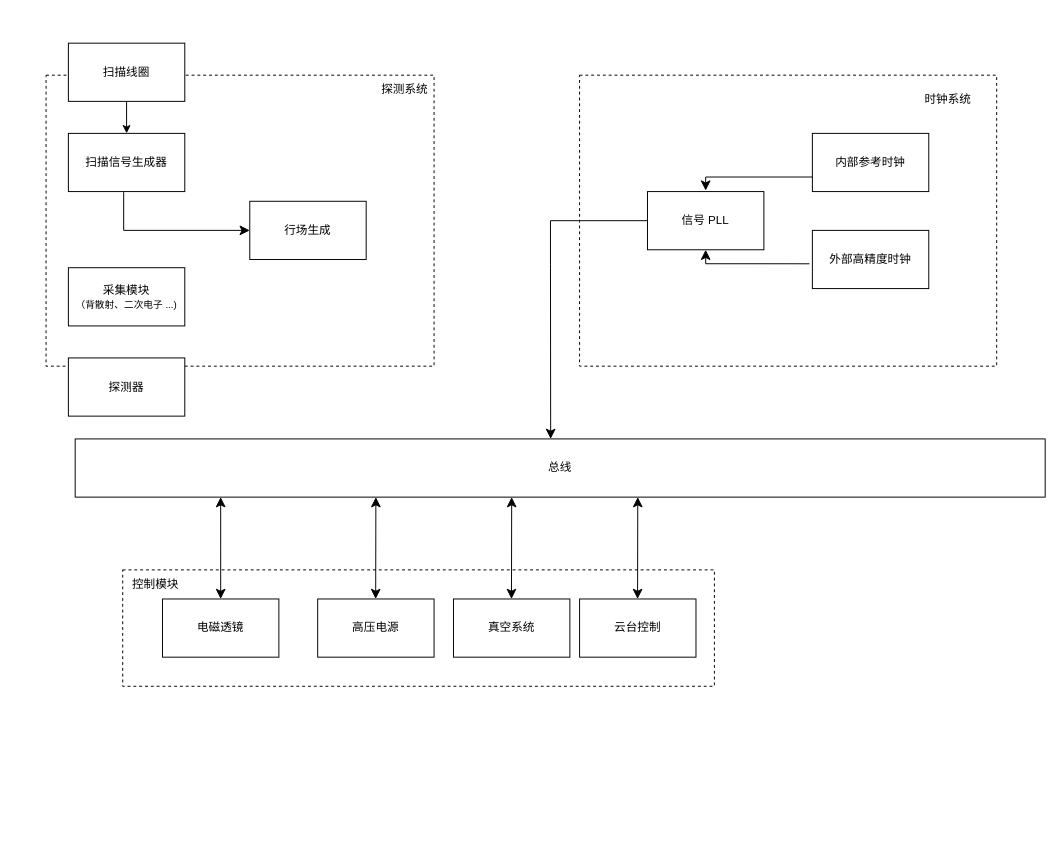
The draw.io diagram 系统结构图.drawio in SolarAA-11/drawio, before the edit. Source tidied: cells renumbered, new cells numbered last; positions are measured from the earlier drawing's top-left corner, leaving out a move shared by most shapes. Both pictures are drawn from the tidied source at 97%, with x=0, y=0 at pixel (46, 43).
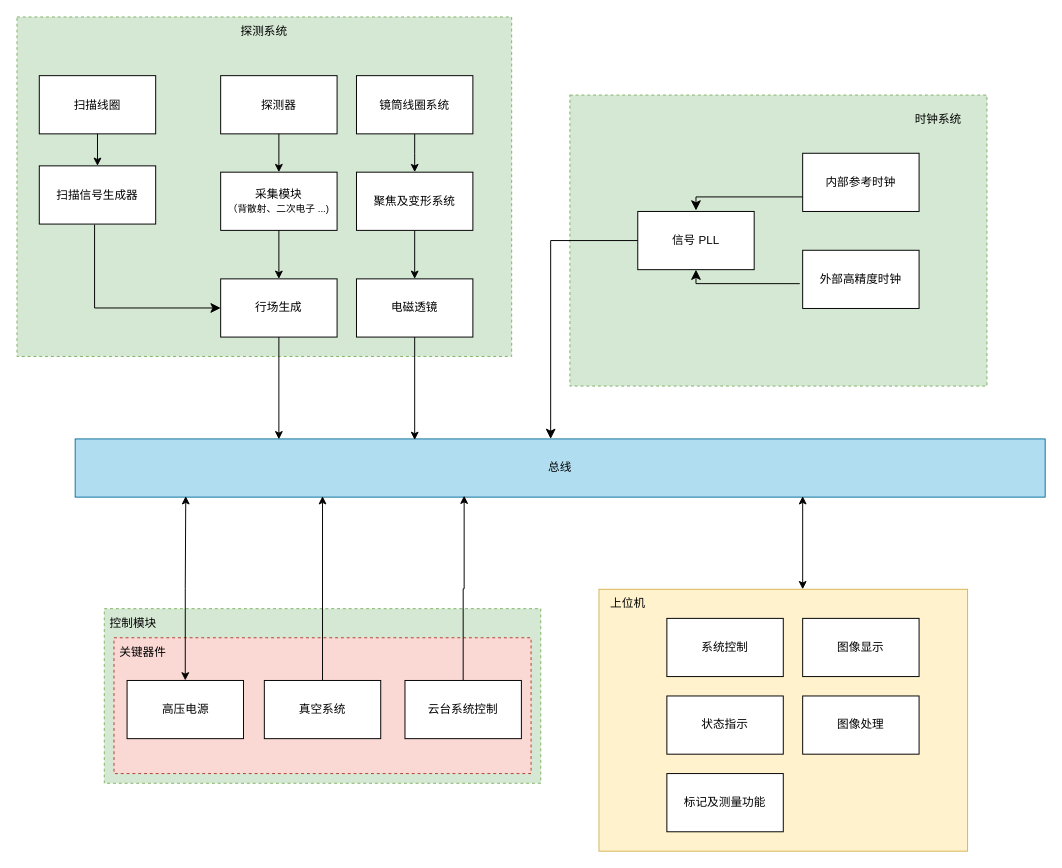
Above is the later version.

Commit message (it also covers changes not shown here):
系统结构图.drawio

The edit, as a diff of the source:
```diff
@@
+    <mxCell id="3" style="rounded=0;whiteSpace=wrap;html=1;dashed=1;fillColor=#d5e8d4;strokeColor=#82b366;" parent="1" vertex="1">
+      <mxGeometry x="60" y="583" width="450" height="180" as="geometry" />
+    </mxCell>
+    <mxCell id="30" style="rounded=0;whiteSpace=wrap;html=1;fillColor=#fad9d5;strokeColor=#ae4132;dashed=1;" parent="1" vertex="1">
+      <mxGeometry x="70" y="613" width="430" height="140" as="geometry" />
+    </mxCell>
-    <mxCell id="2" style="rounded=0;whiteSpace=wrap;html=1;fillColor=none;dashed=1;" parent="1" vertex="1">
-      <mxGeometry y="33" width="400" height="300" as="geometry" />
+    <mxCell id="2" style="rounded=0;whiteSpace=wrap;html=1;fillColor=#d5e8d4;dashed=1;strokeColor=#82b366;" parent="1" vertex="1">
+      <mxGeometry x="-30" y="-27" width="510" height="350" as="geometry" />
     </mxCell>
-    <mxCell id="3" style="rounded=0;whiteSpace=wrap;html=1;dashed=1;fillColor=none;" parent="1" vertex="1">
-      <mxGeometry x="79" y="543" width="610" height="120" as="geometry" />
-    </mxCell>
-    <mxCell id="4" style="rounded=0;whiteSpace=wrap;html=1;fillColor=none;dashed=1;" parent="1" vertex="1">
-      <mxGeometry x="550" y="33" width="430" height="300" as="geometry" />
+    <mxCell id="4" style="rounded=0;whiteSpace=wrap;html=1;fillColor=#d5e8d4;dashed=1;strokeColor=#82b366;" parent="1" vertex="1">
+      <mxGeometry x="540" y="53.5" width="430" height="300" as="geometry" />
     </mxCell>
-    <mxCell id="5" value="总线" style="rounded=0;whiteSpace=wrap;html=1;" parent="1" vertex="1">
+    <mxCell id="5" value="总线" style="rounded=0;whiteSpace=wrap;html=1;fillColor=#b1ddf0;strokeColor=#10739e;" parent="1" vertex="1">
       <mxGeometry x="30" y="408" width="1000" height="60" as="geometry" />
     </mxCell>
     <mxCell id="6" value="电磁透镜" style="rounded=0;whiteSpace=wrap;html=1;" parent="1" vertex="1">
-      <mxGeometry x="120" y="573" width="120" height="60" as="geometry" />
+      <mxGeometry x="320" y="243" width="120" height="60" as="geometry" />
     </mxCell>
     <mxCell id="7" value="高压电源" style="rounded=0;whiteSpace=wrap;html=1;" parent="1" vertex="1">
-      <mxGeometry x="280" y="573" width="120" height="60" as="geometry" />
+      <mxGeometry x="83.5" y="657" width="120" height="60" as="geometry" />
     </mxCell>
     <mxCell id="8" value="真空系统" style="rounded=0;whiteSpace=wrap;html=1;" parent="1" vertex="1">
-      <mxGeometry x="420" y="573" width="120" height="60" as="geometry" />
+      <mxGeometry x="225" y="657" width="120" height="60" as="geometry" />
     </mxCell>
-    <mxCell id="9" value="云台控制" style="rounded=0;whiteSpace=wrap;html=1;" parent="1" vertex="1">
-      <mxGeometry x="550" y="573" width="120" height="60" as="geometry" />
+    <mxCell id="9" value="云台系统控制" style="rounded=0;whiteSpace=wrap;html=1;" parent="1" vertex="1">
+      <mxGeometry x="370" y="657" width="120" height="60" as="geometry" />
     </mxCell>
     <mxCell id="10" value="控制模块" style="text;html=1;strokeColor=none;fillColor=none;align=center;verticalAlign=middle;whiteSpace=wrap;rounded=0;" parent="1" vertex="1">
-      <mxGeometry x="83" y="543" width="60" height="30" as="geometry" />
+      <mxGeometry x="60" y="583" width="60" height="30" as="geometry" />
     </mxCell>
-    <mxCell id="11" style="edgeStyle=elbowEdgeStyle;elbow=horizontal;endArrow=classic;html=1;curved=0;rounded=0;endSize=8;startSize=8;startArrow=classic;startFill=1;" parent="1" edge="1" target="5">
-      <mxGeometry relative="1" as="geometry">
-        <mxPoint x="180" y="573" as="sourcePoint" />
-      </mxGeometry>
-    </mxCell>
-    <mxCell id="12" style="edgeStyle=elbowEdgeStyle;elbow=horizontal;endArrow=classic;html=1;curved=0;rounded=0;endSize=8;startSize=8;startArrow=classic;startFill=1;" parent="1" edge="1">
-      <mxGeometry relative="1" as="geometry">
-        <mxPoint x="339.8" y="573" as="sourcePoint" />
-        <mxPoint x="339.8" y="468" as="targetPoint" />
-      </mxGeometry>
-    </mxCell>
-    <mxCell id="13" style="edgeStyle=elbowEdgeStyle;elbow=horizontal;endArrow=classic;html=1;curved=0;rounded=0;endSize=8;startSize=8;startArrow=classic;startFill=1;" parent="1" edge="1">
-      <mxGeometry relative="1" as="geometry">
-        <mxPoint x="479.8" y="573" as="sourcePoint" />
-        <mxPoint x="479.8" y="468" as="targetPoint" />
-      </mxGeometry>
-    </mxCell>
-    <mxCell id="14" style="edgeStyle=elbowEdgeStyle;elbow=horizontal;endArrow=classic;html=1;curved=0;rounded=0;endSize=8;startSize=8;startArrow=classic;startFill=1;" parent="1" edge="1">
-      <mxGeometry relative="1" as="geometry">
-        <mxPoint x="609.8" y="573" as="sourcePoint" />
-        <mxPoint x="609.8" y="468" as="targetPoint" />
-      </mxGeometry>
-    </mxCell>
     <mxCell id="15" value="扫描线圈" style="rounded=0;whiteSpace=wrap;html=1;" parent="1" vertex="1">
-      <mxGeometry x="23" width="120" height="60" as="geometry" />
+      <mxGeometry x="-7" y="33.5" width="120" height="60" as="geometry" />
     </mxCell>
     <mxCell id="16" value="信号 PLL" style="rounded=0;whiteSpace=wrap;html=1;" parent="1" vertex="1">
-      <mxGeometry x="620" y="153" width="120" height="60" as="geometry" />
+      <mxGeometry x="610" y="173.5" width="120" height="60" as="geometry" />
     </mxCell>
     <mxCell id="17" value="内部参考时钟" style="rounded=0;whiteSpace=wrap;html=1;" parent="1" vertex="1">
-      <mxGeometry x="790" y="93" width="120" height="60" as="geometry" />
+      <mxGeometry x="780" y="113.5" width="120" height="60" as="geometry" />
     </mxCell>
     <mxCell id="18" value="外部高精度时钟" style="rounded=0;whiteSpace=wrap;html=1;" parent="1" vertex="1">
-      <mxGeometry x="790" y="193" width="120" height="60" as="geometry" />
+      <mxGeometry x="780" y="213.5" width="120" height="60" as="geometry" />
     </mxCell>
@@
     <mxCell id="20" style="edgeStyle=segmentEdgeStyle;endArrow=classic;html=1;curved=0;rounded=0;endSize=8;startSize=8;exitX=0;exitY=0.75;exitDx=0;exitDy=0;" parent="1" edge="1" source="17">
       <mxGeometry relative="1" as="geometry">
-        <mxPoint x="680" y="152" as="targetPoint" />
+        <mxPoint x="670" y="172.5" as="targetPoint" />
         <Array as="points">
-          <mxPoint x="680" y="138" />
-          <mxPoint x="680" y="152" />
+          <mxPoint x="670" y="158.5" />
+          <mxPoint x="670" y="172.5" />
         </Array>
       </mxGeometry>
     </mxCell>
     <mxCell id="21" style="edgeStyle=segmentEdgeStyle;endArrow=classic;html=1;curved=0;rounded=0;endSize=8;startSize=8;entryX=0.686;entryY=0.083;entryDx=0;entryDy=0;entryPerimeter=0;exitX=0;exitY=0.5;exitDx=0;exitDy=0;" parent="1" edge="1" source="16">
       <mxGeometry relative="1" as="geometry">
         <mxPoint x="520.2" y="408" as="targetPoint" />
         <Array as="points">
-          <mxPoint x="520" y="183" />
-          <mxPoint x="520" y="228" />
+          <mxPoint x="520" y="204" />
         </Array>
       </mxGeometry>
     </mxCell>
     <mxCell id="22" value="探测系统" style="text;html=1;strokeColor=none;fillColor=none;align=center;verticalAlign=middle;whiteSpace=wrap;rounded=0;" parent="1" vertex="1">
-      <mxGeometry x="340" y="33" width="60" height="30" as="geometry" />
+      <mxGeometry x="195" y="-27" width="60" height="30" as="geometry" />
     </mxCell>
     <mxCell id="23" value="时钟系统" style="text;html=1;strokeColor=none;fillColor=none;align=center;verticalAlign=middle;whiteSpace=wrap;rounded=0;" parent="1" vertex="1">
-      <mxGeometry x="900" y="43" width="60" height="30" as="geometry" />
+      <mxGeometry x="890" y="63.5" width="60" height="30" as="geometry" />
     </mxCell>
     <mxCell id="24" value="行场生成" style="rounded=0;whiteSpace=wrap;html=1;" parent="1" vertex="1">
-      <mxGeometry x="210" y="163" width="120" height="60" as="geometry" />
+      <mxGeometry x="180" y="243" width="120" height="60" as="geometry" />
     </mxCell>
     <mxCell id="25" value="扫描信号生成器" style="rounded=0;whiteSpace=wrap;html=1;" parent="1" vertex="1">
-      <mxGeometry x="23" y="93" width="120" height="60" as="geometry" />
+      <mxGeometry x="-7" y="126.5" width="120" height="60" as="geometry" />
     </mxCell>
     <mxCell id="26" value="采集模块&lt;br&gt;&lt;font style=&quot;font-size: 10px;&quot;&gt;（背散射、二次电子 ...)&lt;/font&gt;" style="rounded=0;whiteSpace=wrap;html=1;" parent="1" vertex="1">
-      <mxGeometry x="23" y="231.5" width="120" height="60" as="geometry" />
+      <mxGeometry x="180" y="133" width="120" height="60" as="geometry" />
     </mxCell>
     <mxCell id="27" value="探测器" style="rounded=0;whiteSpace=wrap;html=1;" parent="1" vertex="1">
-      <mxGeometry x="23" y="324.5" width="120" height="60" as="geometry" />
+      <mxGeometry x="180" y="33.5" width="120" height="60" as="geometry" />
     </mxCell>
@@
     <mxCell id="29" style="edgeStyle=elbowEdgeStyle;elbow=horizontal;endArrow=classic;html=1;curved=0;rounded=0;endSize=8;startSize=8;entryX=0;entryY=0.5;entryDx=0;entryDy=0;exitX=0.475;exitY=1.01;exitDx=0;exitDy=0;exitPerimeter=0;" parent="1" edge="1" source="25" target="24">
       <mxGeometry relative="1" as="geometry">
         <Array as="points">
-          <mxPoint x="80" y="203" />
+          <mxPoint x="50" y="283" />
         </Array>
       </mxGeometry>
     </mxCell>
+    <mxCell id="31" style="endArrow=classic;html=1;rounded=0;exitX=0.5;exitY=1;exitDx=0;exitDy=0;entryX=0.5;entryY=0;entryDx=0;entryDy=0;" parent="1" edge="1" source="27" target="26">
+      <mxGeometry relative="1" as="geometry" />
+    </mxCell>
+    <mxCell id="32" style="endArrow=classic;html=1;rounded=0;exitX=0.5;exitY=1;exitDx=0;exitDy=0;entryX=0.5;entryY=0;entryDx=0;entryDy=0;" parent="1" edge="1" source="26" target="24">
+      <mxGeometry relative="1" as="geometry" />
+    </mxCell>
+    <mxCell id="33" style="endArrow=classic;html=1;rounded=0;exitX=0.5;exitY=1;exitDx=0;exitDy=0;entryX=0.21;entryY=0.007;entryDx=0;entryDy=0;entryPerimeter=0;" parent="1" edge="1" source="24" target="5">
+      <mxGeometry relative="1" as="geometry" />
+    </mxCell>
+    <mxCell id="34" value="关键器件" style="text;html=1;strokeColor=none;fillColor=none;align=center;verticalAlign=middle;whiteSpace=wrap;rounded=0;" parent="1" vertex="1">
+      <mxGeometry x="70" y="613" width="60" height="30" as="geometry" />
+    </mxCell>
+    <mxCell id="35" style="rounded=0;whiteSpace=wrap;html=1;fillColor=#fff2cc;strokeColor=#d6b656;" parent="1" vertex="1">
+      <mxGeometry x="570" y="563" width="380" height="270" as="geometry" />
+    </mxCell>
+    <mxCell id="36" value="系统控制" style="rounded=0;whiteSpace=wrap;html=1;" parent="1" vertex="1">
+      <mxGeometry x="640" y="593" width="120" height="60" as="geometry" />
+    </mxCell>
+    <mxCell id="37" value="图像显示" style="rounded=0;whiteSpace=wrap;html=1;" parent="1" vertex="1">
+      <mxGeometry x="780" y="593" width="120" height="60" as="geometry" />
+    </mxCell>
+    <mxCell id="38" value="状态指示" style="rounded=0;whiteSpace=wrap;html=1;" parent="1" vertex="1">
+      <mxGeometry x="640" y="673" width="120" height="60" as="geometry" />
+    </mxCell>
+    <mxCell id="39" value="图像处理" style="rounded=0;whiteSpace=wrap;html=1;" parent="1" vertex="1">
+      <mxGeometry x="780" y="673" width="120" height="60" as="geometry" />
+    </mxCell>
+    <mxCell id="40" value="标记及测量功能" style="rounded=0;whiteSpace=wrap;html=1;" parent="1" vertex="1">
+      <mxGeometry x="640" y="753" width="120" height="60" as="geometry" />
+    </mxCell>
+    <mxCell id="41" value="上位机" style="text;html=1;strokeColor=none;fillColor=none;align=center;verticalAlign=middle;whiteSpace=wrap;rounded=0;" parent="1" vertex="1">
+      <mxGeometry x="570" y="563" width="60" height="30" as="geometry" />
+    </mxCell>
+    <mxCell id="42" style="edgeStyle=orthogonalEdgeStyle;rounded=0;jettySize=auto;html=1;startArrow=classic;startFill=1;" parent="1" edge="1" source="35">
+      <mxGeometry relative="1" as="geometry">
+        <mxPoint x="780" y="467" as="targetPoint" />
+        <Array as="points">
+          <mxPoint x="780" y="467" />
+        </Array>
+      </mxGeometry>
+    </mxCell>
+    <mxCell id="43" style="edgeStyle=orthogonalEdgeStyle;rounded=0;jettySize=auto;html=1;entryX=0.35;entryY=0.018;entryDx=0;entryDy=0;entryPerimeter=0;" parent="1" edge="1" source="6" target="5">
+      <mxGeometry relative="1" as="geometry" />
+    </mxCell>
+    <mxCell id="44" style="edgeStyle=orthogonalEdgeStyle;rounded=0;jettySize=auto;html=1;" parent="1" edge="1" source="45" target="47">
+      <mxGeometry relative="1" as="geometry" />
+    </mxCell>
+    <mxCell id="45" value="镜筒线圈系统" style="rounded=0;whiteSpace=wrap;html=1;" parent="1" vertex="1">
+      <mxGeometry x="320" y="33.5" width="120" height="60" as="geometry" />
+    </mxCell>
+    <mxCell id="46" style="edgeStyle=orthogonalEdgeStyle;rounded=0;jettySize=auto;html=1;entryX=0.5;entryY=0;entryDx=0;entryDy=0;" parent="1" edge="1" source="47" target="6">
+      <mxGeometry relative="1" as="geometry" />
+    </mxCell>
+    <mxCell id="47" value="聚焦及变形系统" style="rounded=0;whiteSpace=wrap;html=1;" parent="1" vertex="1">
+      <mxGeometry x="320" y="133" width="120" height="60" as="geometry" />
+    </mxCell>
+    <mxCell id="48" style="edgeStyle=orthogonalEdgeStyle;rounded=0;jettySize=auto;html=1;startArrow=classic;startFill=1;" parent="1" edge="1" source="7">
+      <mxGeometry relative="1" as="geometry">
+        <mxPoint x="144" y="467" as="targetPoint" />
+        <Array as="points">
+          <mxPoint x="144" y="562" />
+          <mxPoint x="144" y="467" />
+        </Array>
+      </mxGeometry>
+    </mxCell>
+    <mxCell id="49" style="edgeStyle=orthogonalEdgeStyle;rounded=0;jettySize=auto;html=1;entryX=0.255;entryY=0.983;entryDx=0;entryDy=0;entryPerimeter=0;" parent="1" edge="1" source="8" target="5">
+      <mxGeometry relative="1" as="geometry" />
+    </mxCell>
+    <mxCell id="50" style="edgeStyle=orthogonalEdgeStyle;rounded=0;jettySize=auto;html=1;entryX=0.401;entryY=0.975;entryDx=0;entryDy=0;entryPerimeter=0;" parent="1" edge="1" source="9" target="5">
+      <mxGeometry relative="1" as="geometry" />
+    </mxCell>
```
